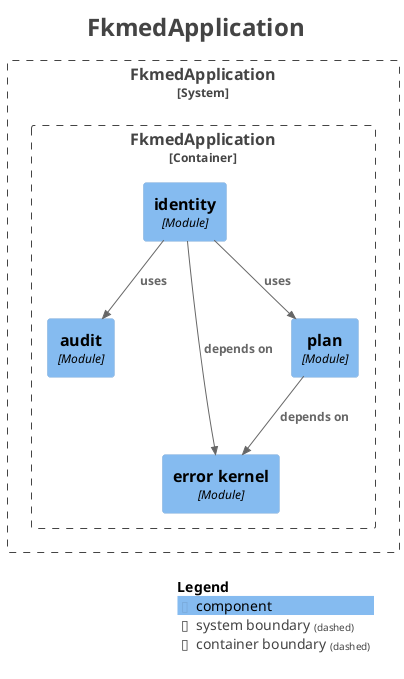
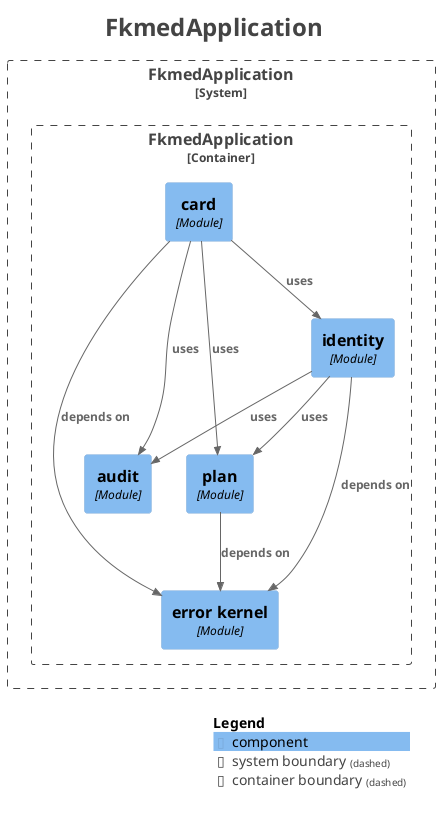
@startuml
title <size:24>FkmedApplication</size>

set separator none
top to bottom direction

<style>
  root {
    BackgroundColor: #ffffff
    FontColor: #444444
  }
</style>

!include <C4/C4>
!include <C4/C4_Context>
!include <C4/C4_Component>

System_Boundary("FkmedApplication_boundary", "FkmedApplication", $tags="") {
  Container_Boundary("FkmedApplication.FkmedApplication_boundary", "FkmedApplication", $tags="") {
    Component(FkmedApplication.FkmedApplication.audit, "audit", $techn="Module", $descr="", $tags="", $link="")
    Component(FkmedApplication.FkmedApplication.errorkernel, "error kernel", $techn="Module", $descr="", $tags="", $link="")
    Component(FkmedApplication.FkmedApplication.plan, "plan", $techn="Module", $descr="", $tags="", $link="")
    Component(FkmedApplication.FkmedApplication.identity, "identity", $techn="Module", $descr="", $tags="", $link="")
+     Component(FkmedApplication.FkmedApplication.card, "card", $techn="Module", $descr="", $tags="", $link="")
  }

}

+ Rel(FkmedApplication.FkmedApplication.card, FkmedApplication.FkmedApplication.errorkernel, "depends on", $techn="", $tags="", $link="")
+ Rel(FkmedApplication.FkmedApplication.card, FkmedApplication.FkmedApplication.plan, "uses", $techn="", $tags="", $link="")
+ Rel(FkmedApplication.FkmedApplication.card, FkmedApplication.FkmedApplication.identity, "uses", $techn="", $tags="", $link="")
+ Rel(FkmedApplication.FkmedApplication.card, FkmedApplication.FkmedApplication.audit, "uses", $techn="", $tags="", $link="")
+ Rel(FkmedApplication.FkmedApplication.identity, FkmedApplication.FkmedApplication.errorkernel, "depends on", $techn="", $tags="", $link="")
Rel(FkmedApplication.FkmedApplication.identity, FkmedApplication.FkmedApplication.plan, "uses", $techn="", $tags="", $link="")
Rel(FkmedApplication.FkmedApplication.identity, FkmedApplication.FkmedApplication.audit, "uses", $techn="", $tags="", $link="")
Rel(FkmedApplication.FkmedApplication.plan, FkmedApplication.FkmedApplication.errorkernel, "depends on", $techn="", $tags="", $link="")
- Rel(FkmedApplication.FkmedApplication.identity, FkmedApplication.FkmedApplication.errorkernel, "depends on", $techn="", $tags="", $link="")

SHOW_LEGEND(true)
hide stereotypes
@enduml